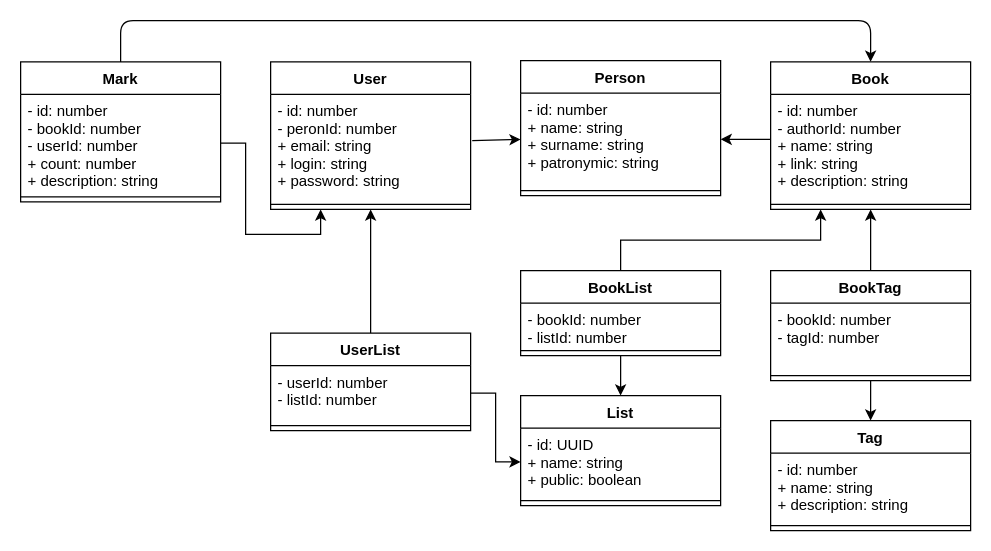
Before: classes.drawio in EugeneMalin/bookme, a draw.io diagram. Source tidied: cells renumbered, new cells numbered last; positions are measured from the earlier drawing's top-left corner, leaving out a move shared by most shapes. Both pictures are drawn from the tidied source at 125%, with x=0, y=0 at pixel (20, 20).
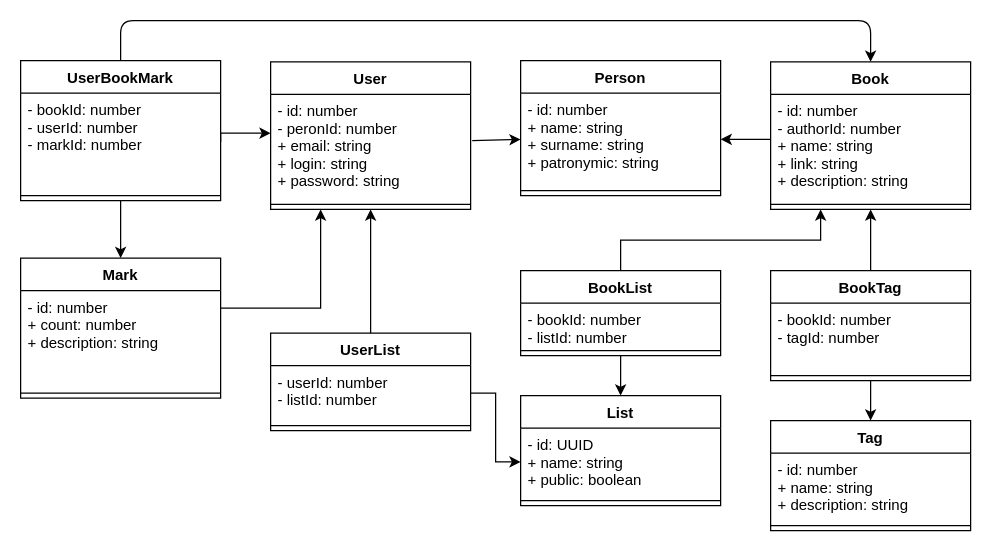
Above is the later version.

Commit message:
Update classes descriptioin

Unchanged cells that the change refers to:
```xml
<mxCell id="2" value="User" style="swimlane;fontStyle=1;align=center;verticalAlign=top;horizontal=1;startSize=26;" parent="1" vertex="1">
  <mxGeometry x="200" y="33" width="160" height="118" as="geometry" />
</mxCell>
<mxCell id="3" value="- id: number&#10;- peronId: number&#10;+ email: string&#10;+ login: string&#10;+ password: string" style="text;strokeColor=none;fillColor=none;align=left;verticalAlign=top;spacingLeft=4;spacingRight=4;overflow=hidden;points=[[0,0.5],[1,0.5]];portConstraint=eastwest;" parent="2" vertex="1">
  <mxGeometry y="26" width="160" height="84" as="geometry" />
</mxCell>
<mxCell id="5" value="Book" style="swimlane;fontStyle=1;align=center;verticalAlign=top;horizontal=1;startSize=26;" parent="1" vertex="1">
  <mxGeometry x="600" y="33" width="160" height="118" as="geometry" />
</mxCell>
```

What changed in the source:
```diff
@@
     <mxCell id="8" value="Mark" style="swimlane;fontStyle=1;align=center;verticalAlign=top;horizontal=1;startSize=26;" parent="1" vertex="1">
-      <mxGeometry y="33" width="160" height="112" as="geometry" />
+      <mxGeometry y="190" width="160" height="112" as="geometry" />
     </mxCell>
-    <mxCell id="9" value="- id: number&#10;- bookId: number&#10;- userId: number&#10;+ count: number&#10;+ description: string" style="text;strokeColor=none;fillColor=none;align=left;verticalAlign=top;spacingLeft=4;spacingRight=4;overflow=hidden;points=[[0,0.5],[1,0.5]];portConstraint=eastwest;" parent="8" vertex="1">
+    <mxCell id="9" value="- id: number&#10;+ count: number&#10;+ description: string" style="text;strokeColor=none;fillColor=none;align=left;verticalAlign=top;spacingLeft=4;spacingRight=4;overflow=hidden;points=[[0,0.5],[1,0.5]];portConstraint=eastwest;" parent="8" vertex="1">
       <mxGeometry y="26" width="160" height="78" as="geometry" />
     </mxCell>
@@
     <mxCell id="23" style="edgeStyle=orthogonalEdgeStyle;rounded=0;jettySize=auto;html=1;entryX=0.25;entryY=1;entryDx=0;entryDy=0;" parent="1" edge="1" source="9" target="2">
-      <mxGeometry relative="1" as="geometry" />
+      <mxGeometry relative="1" as="geometry">
+        <Array as="points">
+          <mxPoint x="240" y="230" />
+        </Array>
+      </mxGeometry>
     </mxCell>
@@
-    <mxCell id="38" style="endArrow=classic;html=1;exitX=0.5;exitY=0;exitDx=0;exitDy=0;entryX=0.5;entryY=0;entryDx=0;entryDy=0;" parent="1" edge="1" source="8" target="5">
+    <mxCell id="38" style="endArrow=classic;html=1;entryX=0.5;entryY=0;entryDx=0;entryDy=0;" parent="1" edge="1" source="40" target="5">
       <mxGeometry relative="1" as="geometry">
         <Array as="points">
           <mxPoint x="80" />
           <mxPoint x="370" />
           <mxPoint x="680" />
         </Array>
       </mxGeometry>
     </mxCell>
+    <mxCell id="39" style="edgeStyle=orthogonalEdgeStyle;rounded=0;jettySize=auto;html=1;exitX=0.5;exitY=1;exitDx=0;exitDy=0;entryX=0.5;entryY=0;entryDx=0;entryDy=0;" parent="1" edge="1" source="40" target="8">
+      <mxGeometry relative="1" as="geometry" />
+    </mxCell>
+    <mxCell id="40" value="UserBookMark" style="swimlane;fontStyle=1;align=center;verticalAlign=top;horizontal=1;startSize=26;" parent="1" vertex="1">
+      <mxGeometry y="32" width="160" height="112" as="geometry" />
+    </mxCell>
+    <mxCell id="41" value="- bookId: number&#10;- userId: number&#10;- markId: number" style="text;strokeColor=none;fillColor=none;align=left;verticalAlign=top;spacingLeft=4;spacingRight=4;overflow=hidden;points=[[0,0.5],[1,0.5]];portConstraint=eastwest;" parent="40" vertex="1">
+      <mxGeometry y="26" width="160" height="78" as="geometry" />
+    </mxCell>
+    <mxCell id="42" style="line;strokeWidth=1;fillColor=none;align=left;verticalAlign=middle;spacingTop=-1;spacingLeft=3;spacingRight=3;labelPosition=right;" parent="40" vertex="1">
+      <mxGeometry y="104" width="160" height="8" as="geometry" />
+    </mxCell>
+    <mxCell id="43" style="edgeStyle=orthogonalEdgeStyle;rounded=0;jettySize=auto;html=1;exitX=1;exitY=0.5;exitDx=0;exitDy=0;entryX=0;entryY=0.369;entryDx=0;entryDy=0;entryPerimeter=0;" parent="1" edge="1" source="41" target="3">
+      <mxGeometry relative="1" as="geometry">
+        <Array as="points">
+          <mxPoint x="160" y="90" />
+        </Array>
+      </mxGeometry>
+    </mxCell>
```
